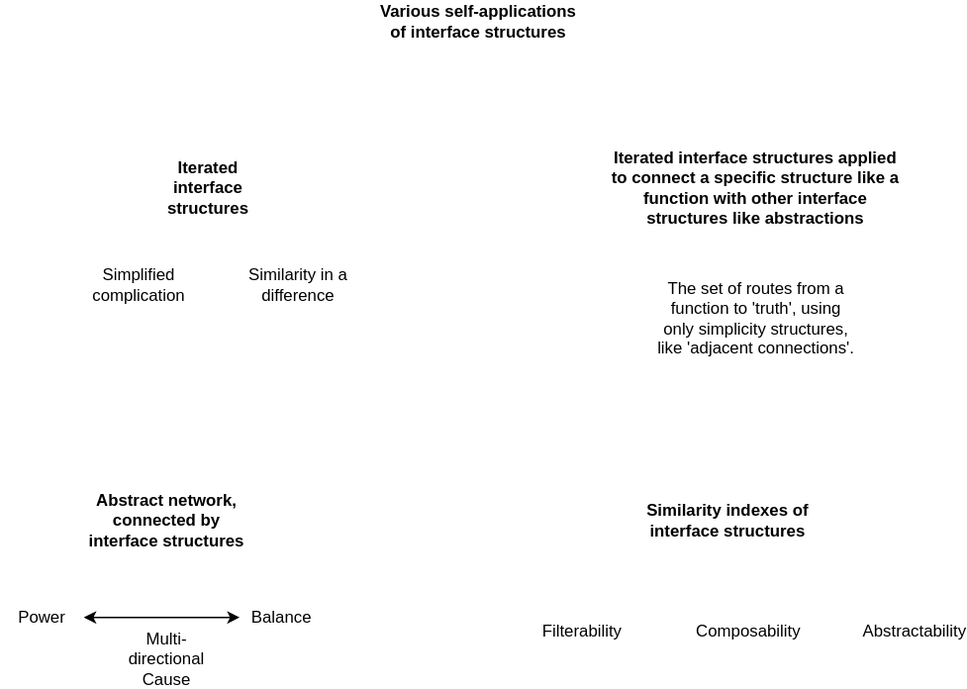
outdreamer/build-a-cure keeps this draw.io diagram as docs/objects/applications_interface_structures.drawio.svg. Above is the earlier version. Source tidied: cells renumbered, new cells last; positions are measured from the earlier drawing's top-left corner, leaving out a move shared by most shapes. The source it was exported from:
```xml
<mxGraphModel>
  <root>
    <mxCell id="0" />
    <mxCell id="1" parent="0" />
    <mxCell id="2" value="Simplified complication" style="text;html=1;strokeColor=none;fillColor=none;align=center;verticalAlign=middle;whiteSpace=wrap;rounded=0;" parent="1" vertex="1">
      <mxGeometry x="70" y="190" width="60" height="30" as="geometry" />
    </mxCell>
    <mxCell id="3" value="&lt;b&gt;Iterated interface structures&lt;/b&gt;" style="text;html=1;strokeColor=none;fillColor=none;align=center;verticalAlign=middle;whiteSpace=wrap;rounded=0;" parent="1" vertex="1">
      <mxGeometry x="120" y="120" width="60" height="30" as="geometry" />
    </mxCell>
    <mxCell id="4" value="&lt;b&gt;Iterated interface structures applied to connect a specific structure like a function with other interface structures like abstractions&lt;/b&gt;" style="text;html=1;strokeColor=none;fillColor=none;align=center;verticalAlign=middle;whiteSpace=wrap;rounded=0;" parent="1" vertex="1">
      <mxGeometry x="440" y="120" width="210" height="30" as="geometry" />
    </mxCell>
    <mxCell id="5" value="Similarity in a difference" style="text;html=1;strokeColor=none;fillColor=none;align=center;verticalAlign=middle;whiteSpace=wrap;rounded=0;" parent="1" vertex="1">
      <mxGeometry x="170" y="190" width="90" height="30" as="geometry" />
    </mxCell>
    <mxCell id="6" value="The set of routes from a function to 'truth', using only simplicity structures, like 'adjacent connections'." style="text;html=1;strokeColor=none;fillColor=none;align=center;verticalAlign=middle;whiteSpace=wrap;rounded=0;" parent="1" vertex="1">
      <mxGeometry x="472.5" y="190" width="145" height="77" as="geometry" />
    </mxCell>
    <mxCell id="7" value="&lt;b&gt;Various self-applications of interface structures&lt;/b&gt;" style="text;html=1;strokeColor=none;fillColor=none;align=center;verticalAlign=middle;whiteSpace=wrap;rounded=0;" parent="1" vertex="1">
      <mxGeometry x="270" width="150" height="30" as="geometry" />
    </mxCell>
    <mxCell id="8" value="&lt;b&gt;Abstract network, connected by interface structures&lt;/b&gt;" style="text;html=1;strokeColor=none;fillColor=none;align=center;verticalAlign=middle;whiteSpace=wrap;rounded=0;" parent="1" vertex="1">
      <mxGeometry x="55" y="360" width="130" height="30" as="geometry" />
    </mxCell>
    <mxCell id="9" value="Power" style="text;html=1;strokeColor=none;fillColor=none;align=center;verticalAlign=middle;whiteSpace=wrap;rounded=0;" parent="1" vertex="1">
      <mxGeometry y="430" width="60" height="30" as="geometry" />
    </mxCell>
    <mxCell id="10" value="Balance" style="text;html=1;strokeColor=none;fillColor=none;align=center;verticalAlign=middle;whiteSpace=wrap;rounded=0;" parent="1" vertex="1">
      <mxGeometry x="172.5" y="430" width="60" height="30" as="geometry" />
    </mxCell>
    <mxCell id="11" value="Multi-directional Cause" style="text;html=1;strokeColor=none;fillColor=none;align=center;verticalAlign=middle;whiteSpace=wrap;rounded=0;" parent="1" vertex="1">
      <mxGeometry x="90" y="460" width="60" height="30" as="geometry" />
    </mxCell>
    <mxCell id="12" style="endArrow=classic;startArrow=classic;html=1;rounded=0;entryX=0;entryY=0.5;entryDx=0;entryDy=0;" parent="1" edge="1" source="9" target="10">
      <mxGeometry relative="1" as="geometry" />
    </mxCell>
    <mxCell id="13" value="&lt;b&gt;Similarity indexes of interface structures&lt;/b&gt;" style="text;html=1;strokeColor=none;fillColor=none;align=center;verticalAlign=middle;whiteSpace=wrap;rounded=0;" parent="1" vertex="1">
      <mxGeometry x="460" y="360" width="130" height="30" as="geometry" />
    </mxCell>
    <mxCell id="14" value="Filterability" style="text;html=1;strokeColor=none;fillColor=none;align=center;verticalAlign=middle;whiteSpace=wrap;rounded=0;" parent="1" vertex="1">
      <mxGeometry x="390" y="440" width="60" height="30" as="geometry" />
    </mxCell>
    <mxCell id="15" value="Composability" style="text;html=1;strokeColor=none;fillColor=none;align=center;verticalAlign=middle;whiteSpace=wrap;rounded=0;" parent="1" vertex="1">
      <mxGeometry x="510" y="440" width="60" height="30" as="geometry" />
    </mxCell>
    <mxCell id="16" value="Abstractability" style="text;html=1;strokeColor=none;fillColor=none;align=center;verticalAlign=middle;whiteSpace=wrap;rounded=0;" parent="1" vertex="1">
      <mxGeometry x="630" y="440" width="60" height="30" as="geometry" />
    </mxCell>
  </root>
</mxGraphModel>
```
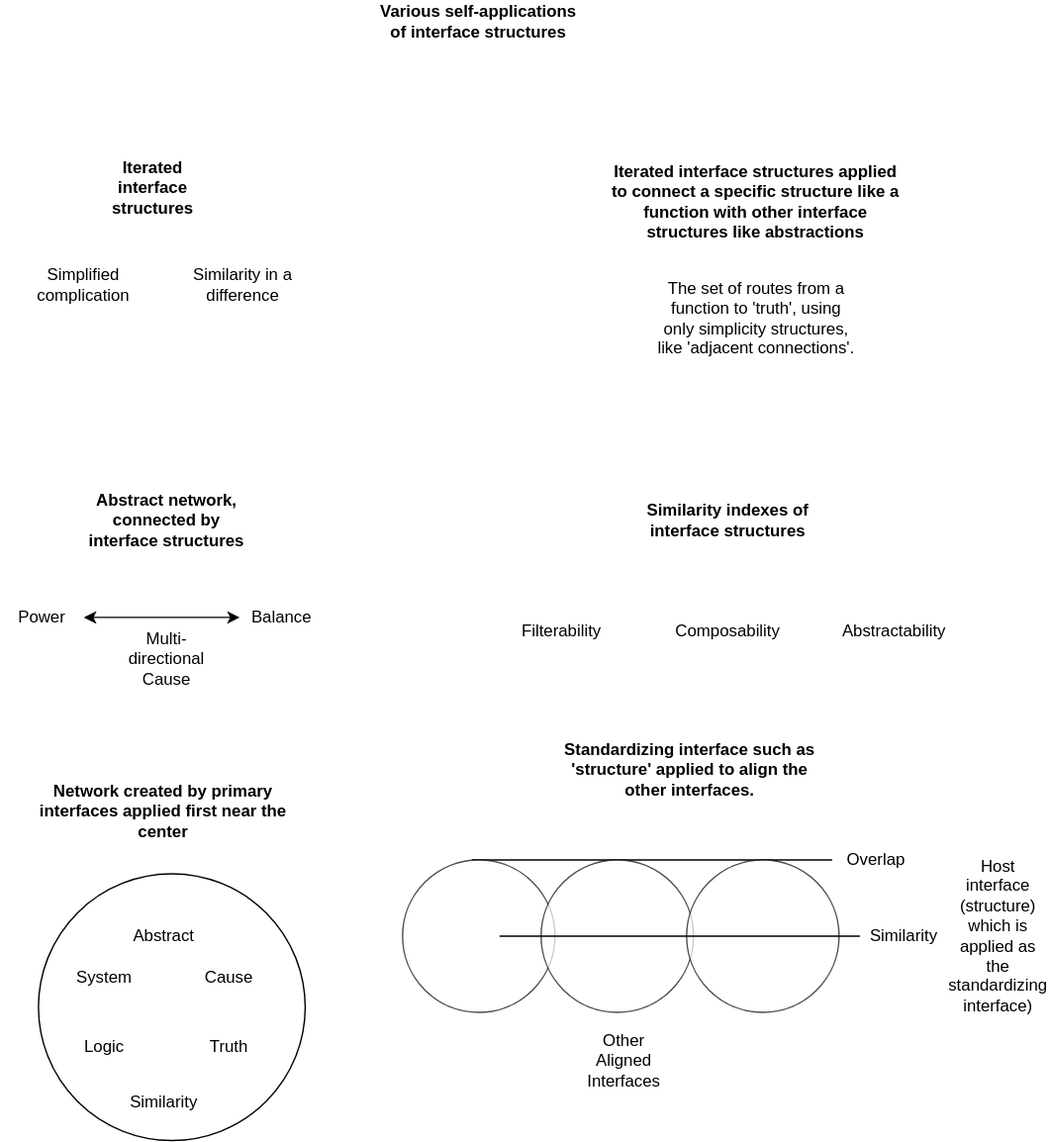
The same file after the commit.

The edit, as a diff of the source:
```diff
@@ -2,17 +2,20 @@
   <root>
     <mxCell id="0" />
     <mxCell id="1" parent="0" />
+    <mxCell id="17" style="ellipse;whiteSpace=wrap;html=1;" parent="1" vertex="1">
+      <mxGeometry x="27.2" y="630" width="192.5" height="192.5" as="geometry" />
+    </mxCell>
     <mxCell id="2" value="Simplified complication" style="text;html=1;strokeColor=none;fillColor=none;align=center;verticalAlign=middle;whiteSpace=wrap;rounded=0;" parent="1" vertex="1">
-      <mxGeometry x="70" y="190" width="60" height="30" as="geometry" />
+      <mxGeometry x="30" y="190" width="60" height="30" as="geometry" />
     </mxCell>
     <mxCell id="3" value="&lt;b&gt;Iterated interface structures&lt;/b&gt;" style="text;html=1;strokeColor=none;fillColor=none;align=center;verticalAlign=middle;whiteSpace=wrap;rounded=0;" parent="1" vertex="1">
-      <mxGeometry x="120" y="120" width="60" height="30" as="geometry" />
+      <mxGeometry x="80" y="120" width="60" height="30" as="geometry" />
     </mxCell>
     <mxCell id="4" value="&lt;b&gt;Iterated interface structures applied to connect a specific structure like a function with other interface structures like abstractions&lt;/b&gt;" style="text;html=1;strokeColor=none;fillColor=none;align=center;verticalAlign=middle;whiteSpace=wrap;rounded=0;" parent="1" vertex="1">
-      <mxGeometry x="440" y="120" width="210" height="30" as="geometry" />
+      <mxGeometry x="440" y="130" width="210" height="30" as="geometry" />
     </mxCell>
     <mxCell id="5" value="Similarity in a difference" style="text;html=1;strokeColor=none;fillColor=none;align=center;verticalAlign=middle;whiteSpace=wrap;rounded=0;" parent="1" vertex="1">
-      <mxGeometry x="170" y="190" width="90" height="30" as="geometry" />
+      <mxGeometry x="130" y="190" width="90" height="30" as="geometry" />
     </mxCell>
     <mxCell id="6" value="The set of routes from a function to 'truth', using only simplicity structures, like 'adjacent connections'." style="text;html=1;strokeColor=none;fillColor=none;align=center;verticalAlign=middle;whiteSpace=wrap;rounded=0;" parent="1" vertex="1">
       <mxGeometry x="472.5" y="190" width="145" height="77" as="geometry" />
@@ -39,13 +42,70 @@
       <mxGeometry x="460" y="360" width="130" height="30" as="geometry" />
     </mxCell>
     <mxCell id="14" value="Filterability" style="text;html=1;strokeColor=none;fillColor=none;align=center;verticalAlign=middle;whiteSpace=wrap;rounded=0;" parent="1" vertex="1">
-      <mxGeometry x="390" y="440" width="60" height="30" as="geometry" />
+      <mxGeometry x="375" y="440" width="60" height="30" as="geometry" />
     </mxCell>
     <mxCell id="15" value="Composability" style="text;html=1;strokeColor=none;fillColor=none;align=center;verticalAlign=middle;whiteSpace=wrap;rounded=0;" parent="1" vertex="1">
-      <mxGeometry x="510" y="440" width="60" height="30" as="geometry" />
+      <mxGeometry x="495" y="440" width="60" height="30" as="geometry" />
     </mxCell>
     <mxCell id="16" value="Abstractability" style="text;html=1;strokeColor=none;fillColor=none;align=center;verticalAlign=middle;whiteSpace=wrap;rounded=0;" parent="1" vertex="1">
-      <mxGeometry x="630" y="440" width="60" height="30" as="geometry" />
+      <mxGeometry x="615" y="440" width="60" height="30" as="geometry" />
     </mxCell>
+    <mxCell id="18" value="Network created by primary interfaces applied first near the center" style="text;html=1;strokeColor=none;fillColor=none;align=center;verticalAlign=middle;whiteSpace=wrap;rounded=0;fontStyle=1;" parent="1" vertex="1">
+      <mxGeometry x="20.2" y="570" width="195" height="30" as="geometry" />
+    </mxCell>
+    <mxCell id="19" value="Abstract" style="text;html=1;strokeColor=none;fillColor=none;align=center;verticalAlign=middle;whiteSpace=wrap;rounded=0;" parent="1" vertex="1">
+      <mxGeometry x="87.8" y="660" width="60" height="30" as="geometry" />
+    </mxCell>
+    <mxCell id="20" value="Cause" style="text;html=1;strokeColor=none;fillColor=none;align=center;verticalAlign=middle;whiteSpace=wrap;rounded=0;" parent="1" vertex="1">
+      <mxGeometry x="134.8" y="690" width="60" height="30" as="geometry" />
+    </mxCell>
+    <mxCell id="21" value="Logic" style="text;html=1;strokeColor=none;fillColor=none;align=center;verticalAlign=middle;whiteSpace=wrap;rounded=0;" parent="1" vertex="1">
+      <mxGeometry x="44.8" y="740" width="60" height="30" as="geometry" />
+    </mxCell>
+    <mxCell id="22" value="System" style="text;html=1;strokeColor=none;fillColor=none;align=center;verticalAlign=middle;whiteSpace=wrap;rounded=0;" parent="1" vertex="1">
+      <mxGeometry x="44.8" y="690" width="60" height="30" as="geometry" />
+    </mxCell>
+    <mxCell id="23" value="Similarity" style="text;html=1;strokeColor=none;fillColor=none;align=center;verticalAlign=middle;whiteSpace=wrap;rounded=0;" parent="1" vertex="1">
+      <mxGeometry x="87.8" y="780" width="60" height="30" as="geometry" />
+    </mxCell>
+    <mxCell id="24" value="Truth" style="text;html=1;strokeColor=none;fillColor=none;align=center;verticalAlign=middle;whiteSpace=wrap;rounded=0;" parent="1" vertex="1">
+      <mxGeometry x="134.8" y="740" width="60" height="30" as="geometry" />
+    </mxCell>
+    <mxCell id="25" style="endArrow=none;html=1;rounded=0;" parent="1" edge="1">
+      <mxGeometry relative="1" as="geometry">
+        <mxPoint x="340" y="620" as="sourcePoint" />
+        <mxPoint x="600" y="620" as="targetPoint" />
+      </mxGeometry>
+    </mxCell>
+    <mxCell id="26" style="ellipse;whiteSpace=wrap;html=1;opacity=70;" parent="1" vertex="1">
+      <mxGeometry x="290" y="620" width="110" height="110" as="geometry" />
+    </mxCell>
+    <mxCell id="27" style="ellipse;whiteSpace=wrap;html=1;opacity=70;" parent="1" vertex="1">
+      <mxGeometry x="390" y="620" width="110" height="110" as="geometry" />
+    </mxCell>
+    <mxCell id="28" style="ellipse;whiteSpace=wrap;html=1;opacity=70;" parent="1" vertex="1">
+      <mxGeometry x="495" y="620" width="110" height="110" as="geometry" />
+    </mxCell>
+    <mxCell id="29" value="Overlap" style="text;html=1;strokeColor=none;fillColor=none;align=center;verticalAlign=middle;whiteSpace=wrap;rounded=0;opacity=70;" parent="1" vertex="1">
+      <mxGeometry x="602" y="605" width="60" height="30" as="geometry" />
+    </mxCell>
+    <mxCell id="30" value="Other&lt;br&gt;Aligned&lt;br&gt;Interfaces" style="text;html=1;strokeColor=none;fillColor=none;align=center;verticalAlign=middle;whiteSpace=wrap;rounded=0;opacity=70;" parent="1" vertex="1">
+      <mxGeometry x="420" y="750" width="60" height="30" as="geometry" />
+    </mxCell>
+    <mxCell id="31" style="endArrow=none;html=1;rounded=0;" parent="1" edge="1">
+      <mxGeometry relative="1" as="geometry">
+        <mxPoint x="360" y="675" as="sourcePoint" />
+        <mxPoint x="620" y="675" as="targetPoint" />
+      </mxGeometry>
+    </mxCell>
+    <mxCell id="32" value="Similarity" style="text;html=1;strokeColor=none;fillColor=none;align=center;verticalAlign=middle;whiteSpace=wrap;rounded=0;opacity=70;" parent="1" vertex="1">
+      <mxGeometry x="622" y="660" width="60" height="30" as="geometry" />
+    </mxCell>
+    <mxCell id="33" value="Host interface (structure)&lt;br&gt;which is applied as the standardizing interface)" style="text;html=1;strokeColor=none;fillColor=none;align=center;verticalAlign=middle;whiteSpace=wrap;rounded=0;opacity=70;" parent="1" vertex="1">
+      <mxGeometry x="690" y="660" width="60" height="30" as="geometry" />
+    </mxCell>
+    <mxCell id="34" value="Standardizing interface such as 'structure' applied to align the other interfaces." style="text;html=1;strokeColor=none;fillColor=none;align=center;verticalAlign=middle;whiteSpace=wrap;rounded=0;fontStyle=1;" parent="1" vertex="1">
+      <mxGeometry x="400" y="540" width="195" height="30" as="geometry" />
+    </mxCell>
   </root>
 </mxGraphModel>
```
